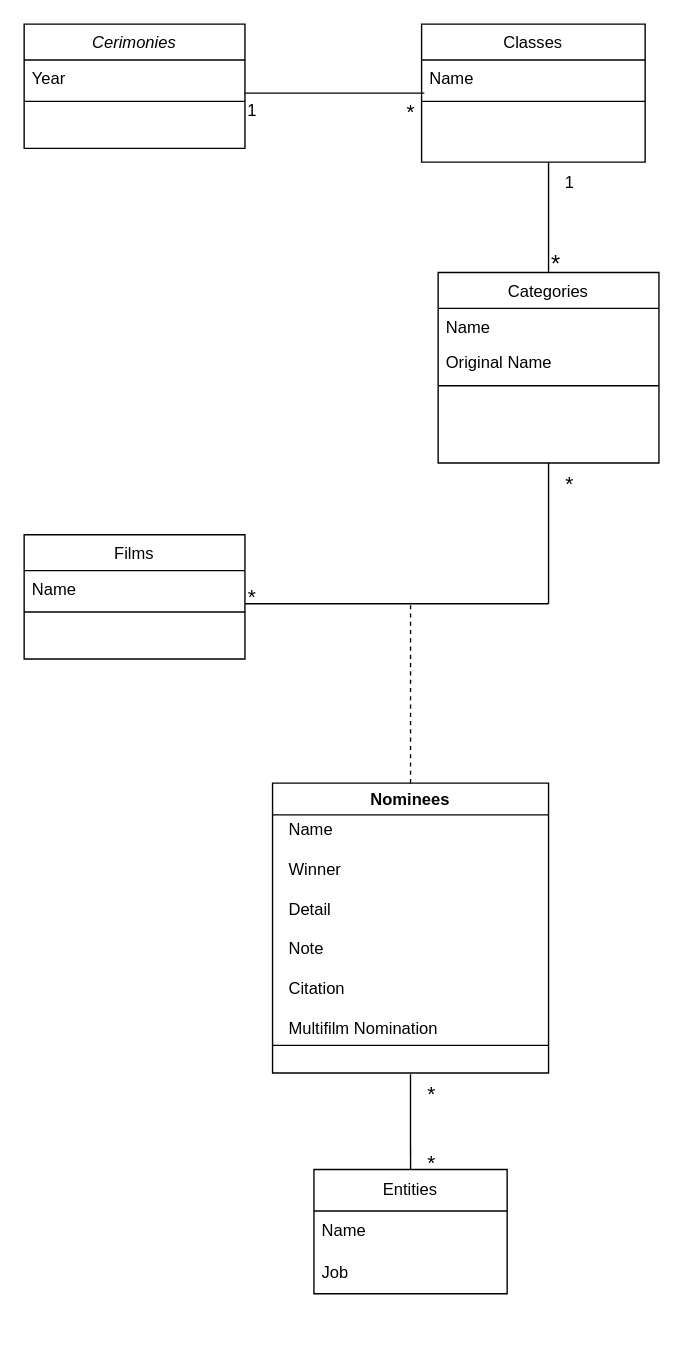
This is uml.drawio from QuAleAcEna/PythonAppOscars, a draw.io file, before an edit. Source tidied: cells renumbered, new cells numbered last; positions are measured from the earlier drawing's top-left corner, leaving out a move shared by most shapes. Both pictures are drawn from the tidied source at 138%, with x=0, y=0 at pixel (23, 23).
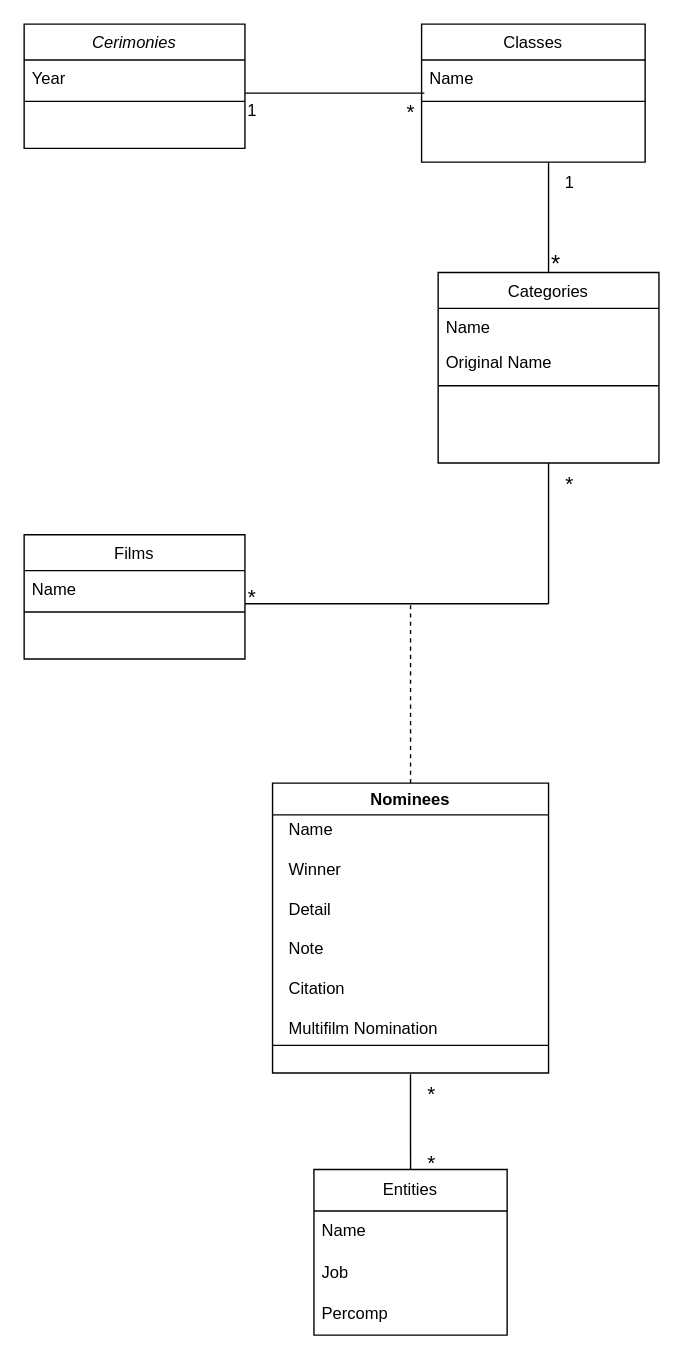
Above is the later version.

Change to the diagram source:
```diff
@@
     <mxCell id="19" value="Entities" style="swimlane;fontStyle=0;horizontal=1;startSize=30;whiteSpace=wrap;html=1;" parent="1" vertex="1">
-      <mxGeometry x="210" y="830" width="140" height="90" as="geometry" />
+      <mxGeometry x="210" y="830" width="140" height="120" as="geometry" />
     </mxCell>
@@
+    <mxCell id="35" value="Percomp" style="text;strokeColor=none;fillColor=none;align=left;verticalAlign=middle;spacingLeft=4;spacingRight=4;overflow=hidden;whiteSpace=wrap;html=1;" parent="19" vertex="1">
+      <mxGeometry y="90" width="140" height="30" as="geometry" />
+    </mxCell>
```
